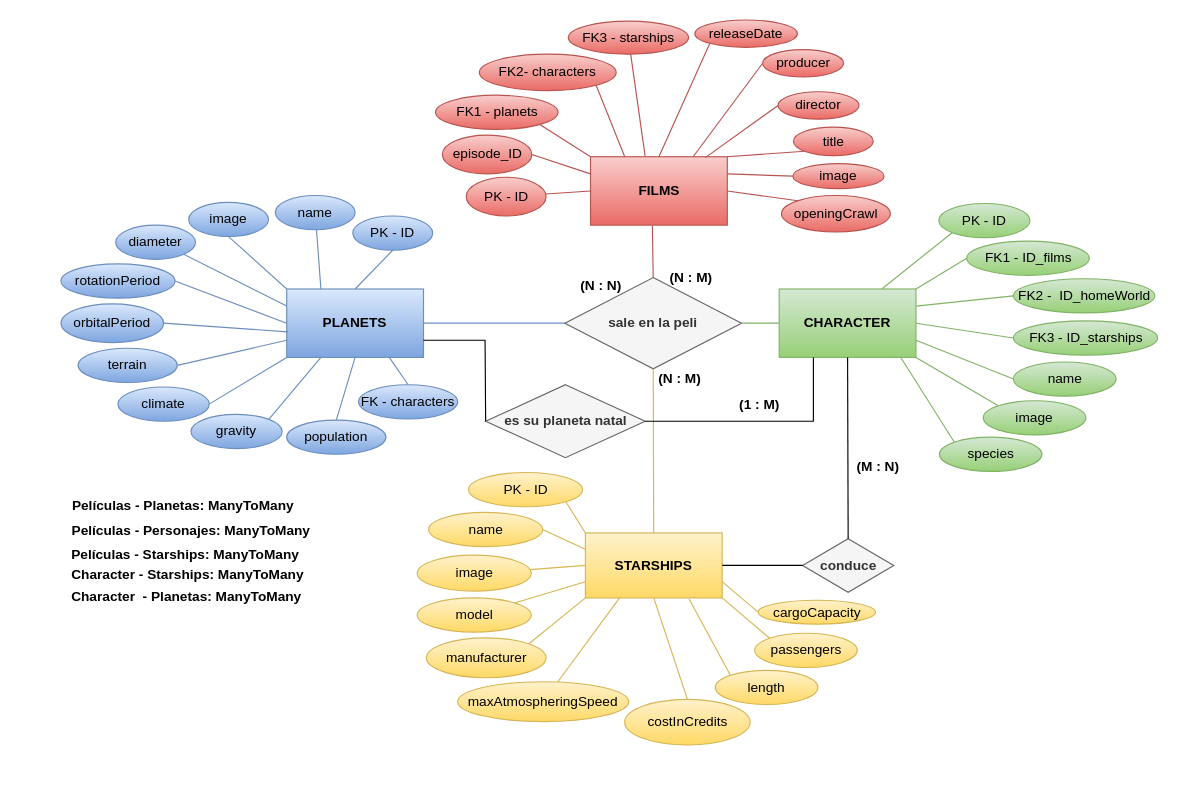
The draw.io diagram Diagrama Entidad-Relacion.drawio in dnsDario/Proyecto_StarWars_Symfony, before the edit. Source tidied: cells renumbered, new cells numbered last; positions are measured from the earlier drawing's top-left corner, leaving out a move shared by most shapes. Both pictures are drawn from the tidied source at 114%, with x=0, y=0 at pixel (19, 19).
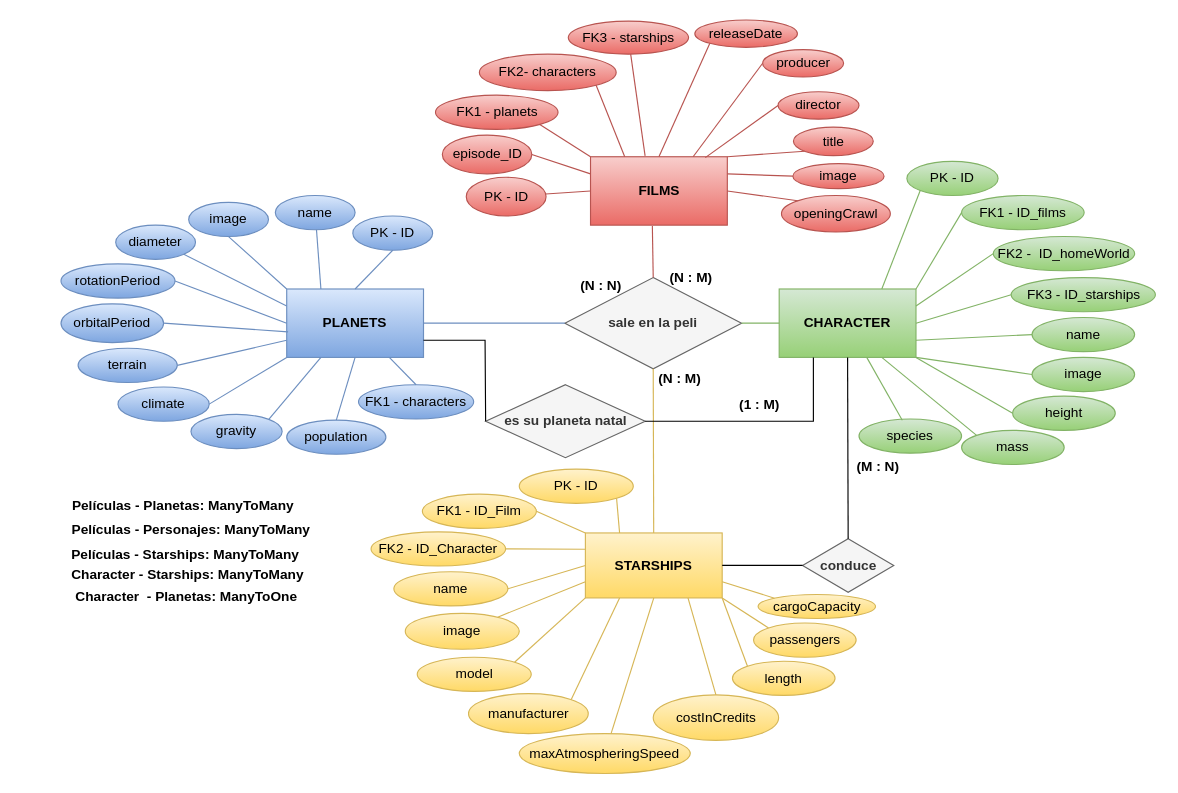
After the change.

Unchanged cells that the change refers to:
```xml
<mxCell id="3" value="&lt;b&gt;CHARACTER&lt;/b&gt;" style="rounded=0;whiteSpace=wrap;html=1;fillColor=#d5e8d4;strokeColor=#82b366;gradientColor=#97d077;" parent="1" vertex="1">
  <mxGeometry x="666" y="236" width="120" height="60" as="geometry" />
</mxCell>
<mxCell id="36" value="&lt;b&gt;STARSHIPS&lt;/b&gt;" style="rounded=0;whiteSpace=wrap;html=1;fillColor=#fff2cc;strokeColor=#d6b656;gradientColor=#ffd966;" parent="1" vertex="1">
  <mxGeometry x="496" y="450" width="120" height="57" as="geometry" />
</mxCell>
```

Diff of the diagram source:
```diff
@@
     <mxCell id="22" value="PK - ID" style="ellipse;whiteSpace=wrap;html=1;fillColor=#d5e8d4;gradientColor=#97d077;strokeColor=#82b366;" parent="1" vertex="1">
-      <mxGeometry x="806" y="161" width="80" height="30" as="geometry" />
+      <mxGeometry x="778" y="124" width="80" height="30" as="geometry" />
     </mxCell>
     <mxCell id="23" value="FK2 -&amp;nbsp; ID_homeWorld" style="ellipse;whiteSpace=wrap;html=1;fillColor=#d5e8d4;gradientColor=#97d077;strokeColor=#82b366;" parent="1" vertex="1">
-      <mxGeometry x="871.5" y="227" width="124" height="30" as="geometry" />
+      <mxGeometry x="853.8" y="190" width="124" height="30" as="geometry" />
     </mxCell>
     <mxCell id="24" value="FK1 - ID_films" style="ellipse;whiteSpace=wrap;html=1;fillColor=#d5e8d4;gradientColor=#97d077;strokeColor=#82b366;" parent="1" vertex="1">
-      <mxGeometry x="830.5" y="194" width="107.5" height="30" as="geometry" />
+      <mxGeometry x="826" y="154" width="107.5" height="30" as="geometry" />
     </mxCell>
     <mxCell id="25" value="species" style="ellipse;whiteSpace=wrap;html=1;fillColor=#d5e8d4;gradientColor=#97d077;strokeColor=#82b366;" parent="1" vertex="1">
-      <mxGeometry x="806.5" y="366" width="90" height="30" as="geometry" />
+      <mxGeometry x="736" y="350" width="90" height="30" as="geometry" />
     </mxCell>
@@
-    <mxCell id="29" style="endArrow=none;html=1;rounded=0;exitX=0;exitY=0;exitDx=0;exitDy=0;entryX=0.888;entryY=0.997;entryDx=0;entryDy=0;fillColor=#d5e8d4;gradientColor=#97d077;strokeColor=#82b366;entryPerimeter=0;" parent="1" edge="1" source="25" target="3">
+    <mxCell id="29" style="endArrow=none;html=1;rounded=0;exitX=0.422;exitY=0.04;exitDx=0;exitDy=0;entryX=0.64;entryY=1;entryDx=0;entryDy=0;fillColor=#d5e8d4;gradientColor=#97d077;strokeColor=#82b366;entryPerimeter=0;exitPerimeter=0;" parent="1" edge="1" source="25" target="3">
       <mxGeometry relative="1" as="geometry" />
     </mxCell>
     <mxCell id="30" value="FK3 - ID_starships" style="ellipse;whiteSpace=wrap;html=1;fillColor=#d5e8d4;gradientColor=#97d077;strokeColor=#82b366;" parent="1" vertex="1">
-      <mxGeometry x="871.5" y="264" width="126.5" height="30" as="geometry" />
+      <mxGeometry x="869.5" y="226" width="126.5" height="30" as="geometry" />
     </mxCell>
@@
     <mxCell id="37" value="PK - ID" style="ellipse;whiteSpace=wrap;html=1;fillColor=#fff2cc;strokeColor=#d6b656;gradientColor=#ffd966;" parent="1" vertex="1">
-      <mxGeometry x="393.5" y="397" width="100" height="30" as="geometry" />
+      <mxGeometry x="438" y="394" width="100" height="30" as="geometry" />
     </mxCell>
-    <mxCell id="38" style="endArrow=none;html=1;rounded=0;entryX=0;entryY=0;entryDx=0;entryDy=0;exitX=1;exitY=1;exitDx=0;exitDy=0;fillColor=#fff2cc;strokeColor=#d6b656;gradientColor=#ffd966;" parent="1" edge="1" source="37" target="36">
+    <mxCell id="38" style="endArrow=none;html=1;rounded=0;entryX=0.25;entryY=0;entryDx=0;entryDy=0;exitX=1;exitY=1;exitDx=0;exitDy=0;fillColor=#fff2cc;strokeColor=#d6b656;gradientColor=#ffd966;" parent="1" edge="1" source="37" target="36">
       <mxGeometry relative="1" as="geometry" />
     </mxCell>
     <mxCell id="39" value="name" style="ellipse;whiteSpace=wrap;html=1;fillColor=#fff2cc;strokeColor=#d6b656;gradientColor=#ffd966;" parent="1" vertex="1">
-      <mxGeometry x="358.5" y="432" width="100" height="30" as="geometry" />
+      <mxGeometry x="328" y="484" width="100" height="30" as="geometry" />
     </mxCell>
     <mxCell id="40" value="image" style="ellipse;whiteSpace=wrap;html=1;fillColor=#fff2cc;strokeColor=#d6b656;gradientColor=#ffd966;" parent="1" vertex="1">
-      <mxGeometry x="348.5" y="469.5" width="100" height="31.5" as="geometry" />
+      <mxGeometry x="338" y="520.5" width="100" height="31.5" as="geometry" />
     </mxCell>
@@
-    <mxCell id="43" style="endArrow=none;html=1;rounded=0;entryX=0;entryY=0.25;entryDx=0;entryDy=0;exitX=1;exitY=0.5;exitDx=0;exitDy=0;fillColor=#fff2cc;strokeColor=#d6b656;gradientColor=#ffd966;" parent="1" edge="1" source="39" target="36">
+    <mxCell id="43" style="endArrow=none;html=1;rounded=0;entryX=0;entryY=0.5;entryDx=0;entryDy=0;exitX=1;exitY=0.5;exitDx=0;exitDy=0;fillColor=#fff2cc;strokeColor=#d6b656;gradientColor=#ffd966;" parent="1" edge="1" source="39" target="36">
       <mxGeometry relative="1" as="geometry" />
     </mxCell>
-    <mxCell id="44" style="endArrow=none;html=1;rounded=0;entryX=0;entryY=0.5;entryDx=0;entryDy=0;fillColor=#fff2cc;strokeColor=#d6b656;gradientColor=#ffd966;" parent="1" edge="1" source="40" target="36">
+    <mxCell id="44" style="endArrow=none;html=1;rounded=0;entryX=0;entryY=0.75;entryDx=0;entryDy=0;fillColor=#fff2cc;strokeColor=#d6b656;gradientColor=#ffd966;" parent="1" edge="1" source="40" target="36">
       <mxGeometry relative="1" as="geometry" />
     </mxCell>
     <mxCell id="45" value="image" style="ellipse;whiteSpace=wrap;html=1;fillColor=#d5e8d4;gradientColor=#97d077;strokeColor=#82b366;" parent="1" vertex="1">
-      <mxGeometry x="845" y="334" width="90" height="30" as="geometry" />
+      <mxGeometry x="887.8" y="296" width="90" height="30" as="geometry" />
     </mxCell>
-    <mxCell id="46" style="endArrow=none;html=1;rounded=0;exitX=0;exitY=0;exitDx=0;exitDy=0;fillColor=#d5e8d4;gradientColor=#97d077;strokeColor=#82b366;entryX=1;entryY=1;entryDx=0;entryDy=0;" parent="1" edge="1" source="45" target="3">
+    <mxCell id="46" style="endArrow=none;html=1;rounded=0;exitX=0;exitY=0.5;exitDx=0;exitDy=0;fillColor=#d5e8d4;gradientColor=#97d077;strokeColor=#82b366;entryX=1;entryY=1;entryDx=0;entryDy=0;" parent="1" edge="1" source="45" target="3">
       <mxGeometry relative="1" as="geometry" />
     </mxCell>
@@
     <mxCell id="53" value="name" style="ellipse;whiteSpace=wrap;html=1;fillColor=#d5e8d4;gradientColor=#97d077;strokeColor=#82b366;" parent="1" vertex="1">
-      <mxGeometry x="871.5" y="300" width="90" height="30" as="geometry" />
+      <mxGeometry x="887.8" y="261" width="90" height="30" as="geometry" />
     </mxCell>
@@
     <mxCell id="60" value="model" style="ellipse;whiteSpace=wrap;html=1;fillColor=#fff2cc;strokeColor=#d6b656;gradientColor=#ffd966;" parent="1" vertex="1">
-      <mxGeometry x="348.5" y="507" width="100" height="30" as="geometry" />
+      <mxGeometry x="348.5" y="559" width="100" height="30" as="geometry" />
     </mxCell>
-    <mxCell id="61" style="endArrow=none;html=1;rounded=0;exitX=1;exitY=0;exitDx=0;exitDy=0;entryX=0;entryY=0.75;entryDx=0;entryDy=0;fillColor=#fff2cc;strokeColor=#d6b656;gradientColor=#ffd966;" parent="1" edge="1" source="60" target="36">
+    <mxCell id="61" style="endArrow=none;html=1;rounded=0;exitX=1;exitY=0;exitDx=0;exitDy=0;entryX=0;entryY=1;entryDx=0;entryDy=0;fillColor=#fff2cc;strokeColor=#d6b656;gradientColor=#ffd966;" parent="1" edge="1" source="60" target="36">
       <mxGeometry relative="1" as="geometry" />
     </mxCell>
     <mxCell id="62" value="costInCredits" style="ellipse;whiteSpace=wrap;html=1;fillColor=#fff2cc;strokeColor=#d6b656;gradientColor=#ffd966;" parent="1" vertex="1">
-      <mxGeometry x="530.5" y="596" width="110" height="40" as="geometry" />
+      <mxGeometry x="555.5" y="592" width="110" height="40" as="geometry" />
     </mxCell>
-    <mxCell id="63" style="endArrow=none;html=1;rounded=0;entryX=0.25;entryY=1;entryDx=0;entryDy=0;fillColor=#fff2cc;strokeColor=#d6b656;gradientColor=#ffd966;" parent="1" edge="1" source="83" target="36">
+    <mxCell id="63" style="endArrow=none;html=1;rounded=0;entryX=0.5;entryY=1;entryDx=0;entryDy=0;fillColor=#fff2cc;strokeColor=#d6b656;gradientColor=#ffd966;" parent="1" edge="1" source="83" target="36">
       <mxGeometry relative="1" as="geometry" />
     </mxCell>
-    <mxCell id="64" style="endArrow=none;html=1;rounded=0;exitX=0.5;exitY=0;exitDx=0;exitDy=0;entryX=0.5;entryY=1;entryDx=0;entryDy=0;fillColor=#fff2cc;strokeColor=#d6b656;gradientColor=#ffd966;" parent="1" edge="1" source="62" target="36">
+    <mxCell id="64" style="endArrow=none;html=1;rounded=0;exitX=0.5;exitY=0;exitDx=0;exitDy=0;entryX=0.75;entryY=1;entryDx=0;entryDy=0;fillColor=#fff2cc;strokeColor=#d6b656;gradientColor=#ffd966;" parent="1" edge="1" source="62" target="36">
       <mxGeometry relative="1" as="geometry" />
     </mxCell>
     <mxCell id="65" value="cargoCapacity" style="ellipse;whiteSpace=wrap;html=1;fillColor=#fff2cc;strokeColor=#d6b656;gradientColor=#ffd966;" parent="1" vertex="1">
-      <mxGeometry x="647.5" y="509" width="103" height="21" as="geometry" />
+      <mxGeometry x="647.5" y="504" width="103" height="21" as="geometry" />
     </mxCell>
-    <mxCell id="66" style="endArrow=none;html=1;rounded=0;exitX=0;exitY=0.5;exitDx=0;exitDy=0;entryX=1;entryY=0.75;entryDx=0;entryDy=0;fillColor=#fff2cc;strokeColor=#d6b656;gradientColor=#ffd966;" parent="1" edge="1" source="65" target="36">
+    <mxCell id="66" style="endArrow=none;html=1;rounded=0;exitX=0;exitY=0;exitDx=0;exitDy=0;entryX=1;entryY=0.75;entryDx=0;entryDy=0;fillColor=#fff2cc;strokeColor=#d6b656;gradientColor=#ffd966;" parent="1" edge="1" source="65" target="36">
       <mxGeometry relative="1" as="geometry" />
     </mxCell>
     <mxCell id="67" value="length" style="ellipse;whiteSpace=wrap;html=1;fillColor=#fff2cc;strokeColor=#d6b656;gradientColor=#ffd966;" parent="1" vertex="1">
-      <mxGeometry x="610" y="570.5" width="90" height="30" as="geometry" />
+      <mxGeometry x="625" y="562.5" width="90" height="30" as="geometry" />
     </mxCell>
-    <mxCell id="68" style="endArrow=none;html=1;rounded=0;exitX=0;exitY=0;exitDx=0;exitDy=0;entryX=0.75;entryY=1;entryDx=0;entryDy=0;fillColor=#fff2cc;strokeColor=#d6b656;gradientColor=#ffd966;" parent="1" edge="1" source="67">
-      <mxGeometry relative="1" as="geometry">
-        <mxPoint x="587" y="508" as="targetPoint" />
-      </mxGeometry>
+    <mxCell id="68" style="endArrow=none;html=1;rounded=0;exitX=0;exitY=0;exitDx=0;exitDy=0;entryX=1;entryY=1;entryDx=0;entryDy=0;fillColor=#fff2cc;strokeColor=#d6b656;gradientColor=#ffd966;" parent="1" edge="1" source="67" target="36">
+      <mxGeometry relative="1" as="geometry" />
     </mxCell>
     <mxCell id="69" value="passengers" style="ellipse;whiteSpace=wrap;html=1;fillColor=#fff2cc;strokeColor=#d6b656;gradientColor=#ffd966;" parent="1" vertex="1">
-      <mxGeometry x="644.5" y="538" width="90" height="30" as="geometry" />
+      <mxGeometry x="643.5" y="529" width="90" height="30" as="geometry" />
     </mxCell>
@@
     <mxCell id="73" value="&lt;b&gt;Películas - Personajes: ManyToMany&lt;/b&gt;&amp;nbsp;" style="text;html=1;strokeColor=none;fillColor=none;align=center;verticalAlign=middle;whiteSpace=wrap;rounded=0;" parent="1" vertex="1">
-      <mxGeometry x="7" y="433" width="290" height="30" as="geometry" />
+      <mxGeometry x="7" y="432" width="290" height="30" as="geometry" />
     </mxCell>
@@
-    <mxCell id="82" style="endArrow=none;html=1;rounded=0;entryX=1;entryY=0;entryDx=0;entryDy=0;fillColor=#fff2cc;strokeColor=#d6b656;gradientColor=#ffd966;exitX=0;exitY=1;exitDx=0;exitDy=0;" parent="1" edge="1" source="36" target="102">
+    <mxCell id="82" style="endArrow=none;html=1;rounded=0;entryX=1;entryY=0;entryDx=0;entryDy=0;fillColor=#fff2cc;strokeColor=#d6b656;gradientColor=#ffd966;exitX=0.25;exitY=1;exitDx=0;exitDy=0;" parent="1" edge="1" source="36" target="102">
       <mxGeometry relative="1" as="geometry" />
     </mxCell>
     <mxCell id="83" value="maxAtmospheringSpeed" style="ellipse;whiteSpace=wrap;html=1;fillColor=#fff2cc;strokeColor=#d6b656;gradientColor=#ffd966;" parent="1" vertex="1">
-      <mxGeometry x="384" y="580.5" width="150" height="35" as="geometry" />
+      <mxGeometry x="438" y="626" width="150" height="35" as="geometry" />
     </mxCell>
@@
-    <mxCell id="96" value="FK - characters" style="ellipse;whiteSpace=wrap;html=1;fillColor=#dae8fc;strokeColor=#6c8ebf;gradientColor=#7ea6e0;" parent="1" vertex="1">
-      <mxGeometry x="297" y="320" width="87" height="30" as="geometry" />
+    <mxCell id="96" value="FK1 - characters" style="ellipse;whiteSpace=wrap;html=1;fillColor=#dae8fc;strokeColor=#6c8ebf;gradientColor=#7ea6e0;" parent="1" vertex="1">
+      <mxGeometry x="297" y="320" width="101" height="30" as="geometry" />
     </mxCell>
@@
     <mxCell id="102" value="manufacturer" style="ellipse;whiteSpace=wrap;html=1;fillColor=#fff2cc;strokeColor=#d6b656;gradientColor=#ffd966;" parent="1" vertex="1">
-      <mxGeometry x="356.5" y="542" width="105" height="35" as="geometry" />
+      <mxGeometry x="393.5" y="591" width="105" height="35" as="geometry" />
     </mxCell>
@@
-    <mxCell id="104" value="&lt;b style=&quot;border-color: var(--border-color);&quot;&gt;Character&amp;nbsp;&lt;/b&gt;&lt;b&gt;&amp;nbsp;- Planetas: ManyToMany&lt;/b&gt;&amp;nbsp;" style="text;html=1;strokeColor=none;fillColor=none;align=center;verticalAlign=middle;whiteSpace=wrap;rounded=0;" parent="1" vertex="1">
+    <mxCell id="104" value="&lt;b style=&quot;border-color: var(--border-color);&quot;&gt;Character&amp;nbsp;&lt;/b&gt;&lt;b&gt;&amp;nbsp;- Planetas: ManyToOne&lt;/b&gt;&amp;nbsp;" style="text;html=1;strokeColor=none;fillColor=none;align=center;verticalAlign=middle;whiteSpace=wrap;rounded=0;" parent="1" vertex="1">
       <mxGeometry x="3" y="490.5" width="290" height="30" as="geometry" />
     </mxCell>
+    <mxCell id="105" value="height" style="ellipse;whiteSpace=wrap;html=1;fillColor=#d5e8d4;gradientColor=#97d077;strokeColor=#82b366;" parent="1" vertex="1">
+      <mxGeometry x="870.8" y="330" width="90" height="30" as="geometry" />
+    </mxCell>
+    <mxCell id="106" value="mass" style="ellipse;whiteSpace=wrap;html=1;fillColor=#d5e8d4;gradientColor=#97d077;strokeColor=#82b366;" parent="1" vertex="1">
+      <mxGeometry x="826" y="360" width="90" height="30" as="geometry" />
+    </mxCell>
+    <mxCell id="107" style="endArrow=none;html=1;rounded=0;exitX=0;exitY=0.5;exitDx=0;exitDy=0;fillColor=#d5e8d4;gradientColor=#97d077;strokeColor=#82b366;entryX=1;entryY=1;entryDx=0;entryDy=0;" parent="1" edge="1" source="105" target="3">
+      <mxGeometry relative="1" as="geometry" />
+    </mxCell>
+    <mxCell id="108" style="endArrow=none;html=1;rounded=0;exitX=0;exitY=0;exitDx=0;exitDy=0;fillColor=#d5e8d4;gradientColor=#97d077;strokeColor=#82b366;entryX=0.75;entryY=1;entryDx=0;entryDy=0;" parent="1" edge="1" source="106" target="3">
+      <mxGeometry relative="1" as="geometry" />
+    </mxCell>
+    <mxCell id="109" value="FK1 - ID_Film" style="ellipse;whiteSpace=wrap;html=1;fillColor=#fff2cc;strokeColor=#d6b656;gradientColor=#ffd966;" parent="1" vertex="1">
+      <mxGeometry x="353" y="416" width="100" height="30" as="geometry" />
+    </mxCell>
+    <mxCell id="110" value="FK2 - ID_Character" style="ellipse;whiteSpace=wrap;html=1;fillColor=#fff2cc;strokeColor=#d6b656;gradientColor=#ffd966;" parent="1" vertex="1">
+      <mxGeometry x="308" y="449" width="118" height="30" as="geometry" />
+    </mxCell>
+    <mxCell id="111" style="endArrow=none;html=1;rounded=0;entryX=0;entryY=0.25;entryDx=0;entryDy=0;exitX=1;exitY=0.5;exitDx=0;exitDy=0;fillColor=#fff2cc;strokeColor=#d6b656;gradientColor=#ffd966;" parent="1" edge="1" source="110" target="36">
+      <mxGeometry relative="1" as="geometry" />
+    </mxCell>
+    <mxCell id="112" style="endArrow=none;html=1;rounded=0;entryX=0;entryY=0;entryDx=0;entryDy=0;exitX=1;exitY=0.5;exitDx=0;exitDy=0;fillColor=#fff2cc;strokeColor=#d6b656;gradientColor=#ffd966;" parent="1" edge="1" source="109" target="36">
+      <mxGeometry relative="1" as="geometry" />
+    </mxCell>
```
